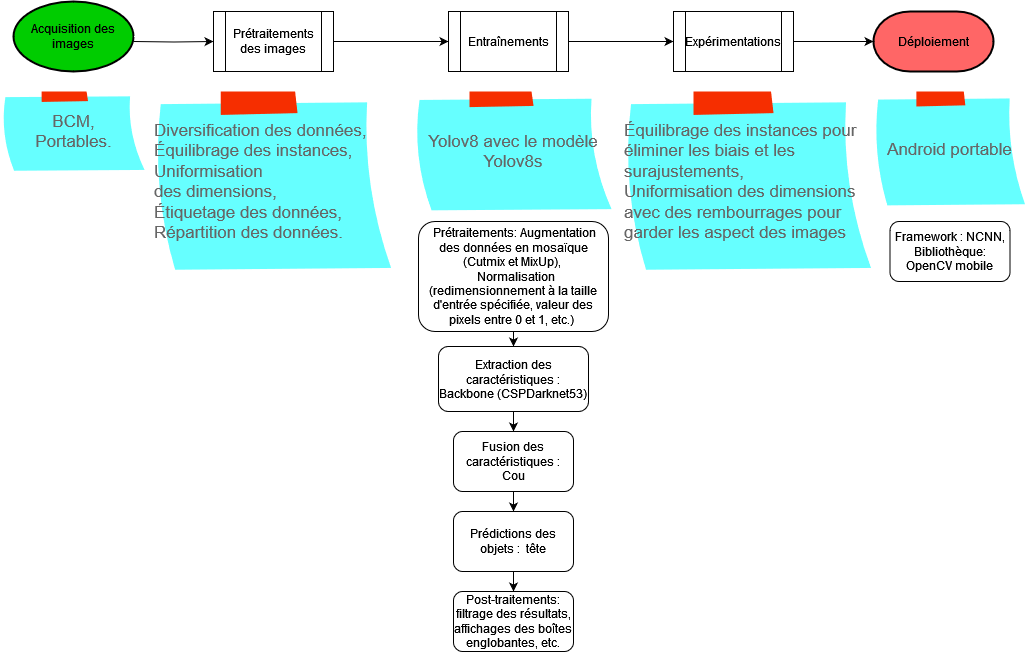
bihoux/Repertoire_vaovao keeps this draw.io diagram as Ariary_recognition.drawio.png. Above is the earlier version. Source tidied: cells renumbered, new cells last; positions are measured from the earlier drawing's top-left corner, leaving out a move shared by most shapes.
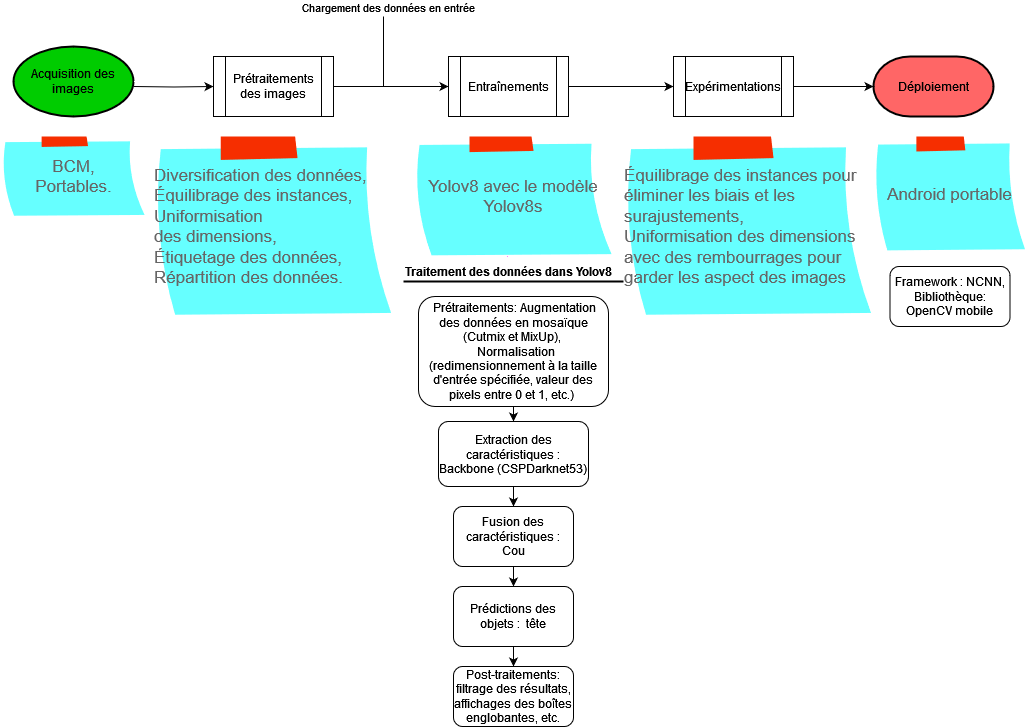
The same diagram one commit later.

Commit message:
M à j Ariary_recognition final.drawio.png

The edit, as a diff of the source:
```diff
@@ -2,6 +2,9 @@
   <root>
     <mxCell id="0" />
     <mxCell id="1" parent="0" />
+    <mxCell id="26" style="strokeColor=none;shadow=0;gradientColor=none;fontSize=11;align=left;spacing=10;fontColor=#;9E9E9E;verticalAlign=top;spacingTop=100;whiteSpace=wrap;html=1;" parent="1" vertex="1">
+      <mxGeometry x="402" y="210" width="220" height="470" as="geometry" />
+    </mxCell>
     <mxCell id="2" style="edgeStyle=orthogonalEdgeStyle;rounded=0;jettySize=auto;html=1;fillColor=#66FFFF;" parent="1" edge="1" target="4">
       <mxGeometry relative="1" as="geometry">
         <mxPoint x="132" y="40" as="sourcePoint" />
@@ -10,6 +13,11 @@
     <mxCell id="3" style="edgeStyle=orthogonalEdgeStyle;rounded=0;jettySize=auto;html=1;fillColor=#66FFFF;" parent="1" edge="1" source="4" target="6">
       <mxGeometry relative="1" as="geometry" />
     </mxCell>
+    <mxCell id="27" value="Chargement des données en entrée" style="edgeLabel;html=1;align=center;verticalAlign=middle;" parent="3" vertex="1">
+      <mxGeometry x="0.01" y="-4" relative="1" as="geometry">
+        <mxPoint x="-4" y="-84" as="offset" />
+      </mxGeometry>
+    </mxCell>
     <mxCell id="4" value="Prétraitements des images" style="shape=process;whiteSpace=wrap;html=1;backgroundOutline=1;fillColor=#FFFFFF;fontColor=#000000;" parent="1" vertex="1">
       <mxGeometry x="212" y="10" width="120" height="60" as="geometry" />
     </mxCell>
@@ -31,30 +39,30 @@
       <mxGeometry relative="1" as="geometry" />
     </mxCell>
     <mxCell id="10" value="&amp;nbsp;Prétraitements: Augmentation des données en mosaïque (Cutmix et MixUp),&amp;nbsp;&lt;div&gt;&amp;nbsp; Normalisation (redimensionnement à la taille d'entrée spécifiée, valeur des pixels entre 0 et 1, etc.)&amp;nbsp; &lt;/div&gt;" style="rounded=1;whiteSpace=wrap;html=1;" parent="1" vertex="1">
-      <mxGeometry x="417" y="220" width="190" height="110" as="geometry" />
+      <mxGeometry x="417" y="250" width="190" height="110" as="geometry" />
     </mxCell>
     <mxCell id="11" style="edgeStyle=orthogonalEdgeStyle;rounded=0;jettySize=auto;html=1;" parent="1" edge="1" source="12" target="14">
       <mxGeometry relative="1" as="geometry" />
     </mxCell>
     <mxCell id="12" value="Extraction des caractéristiques : Backbone (CSPDarknet53)" style="rounded=1;whiteSpace=wrap;html=1;" parent="1" vertex="1">
-      <mxGeometry x="437" y="345" width="150" height="65" as="geometry" />
+      <mxGeometry x="437" y="375" width="150" height="65" as="geometry" />
     </mxCell>
     <mxCell id="13" style="edgeStyle=orthogonalEdgeStyle;rounded=0;jettySize=auto;html=1;" parent="1" edge="1" source="14">
       <mxGeometry relative="1" as="geometry">
-        <mxPoint x="512" y="510" as="targetPoint" />
+        <mxPoint x="512" y="540" as="targetPoint" />
       </mxGeometry>
     </mxCell>
     <mxCell id="14" value="Fusion des caractéristiques : Cou" style="rounded=1;whiteSpace=wrap;html=1;" parent="1" vertex="1">
-      <mxGeometry x="452" y="430" width="120" height="60" as="geometry" />
+      <mxGeometry x="452" y="460" width="120" height="60" as="geometry" />
     </mxCell>
     <mxCell id="15" style="edgeStyle=orthogonalEdgeStyle;rounded=0;jettySize=auto;html=1;" parent="1" edge="1" source="16" target="17">
       <mxGeometry relative="1" as="geometry" />
     </mxCell>
     <mxCell id="16" value="Prédictions des objets :&amp;nbsp; tête" style="rounded=1;whiteSpace=wrap;html=1;" parent="1" vertex="1">
-      <mxGeometry x="452" y="510" width="120" height="60" as="geometry" />
+      <mxGeometry x="452" y="540" width="120" height="60" as="geometry" />
     </mxCell>
     <mxCell id="17" value="Post-traitements: filtrage des résultats, affichages des boîtes englobantes, etc." style="rounded=1;whiteSpace=wrap;html=1;" parent="1" vertex="1">
-      <mxGeometry x="452" y="590" width="120" height="60" as="geometry" />
+      <mxGeometry x="452" y="620" width="120" height="60" as="geometry" />
     </mxCell>
     <mxCell id="18" value="&lt;div&gt;Framework : NCNN,&lt;/div&gt;&lt;div&gt;Bibliothèque: OpenCV mobile&lt;br&gt;&lt;/div&gt;" style="rounded=1;whiteSpace=wrap;html=1;" parent="1" vertex="1">
       <mxGeometry x="888.5" y="220" width="120" height="60" as="geometry" />
@@ -80,5 +88,17 @@
     <mxCell id="25" value="Android portable" style="strokeWidth=1;shadow=0;dashed=0;align=center;html=1;shape=mxgraph.mockup.text.stickyNote2;fontColor=#666666;mainText=;fontSize=17;whiteSpace=wrap;fillColor=#66FFFF;strokeColor=#F62E00;" parent="1" vertex="1">
       <mxGeometry x="872" y="90" width="153" height="115" as="geometry" />
     </mxCell>
+    <mxCell id="28" style="endArrow=none;html=1;rounded=0;" parent="1" edge="1">
+      <mxGeometry relative="1" as="geometry">
+        <mxPoint x="382" y="-30" as="sourcePoint" />
+        <mxPoint x="382" y="40" as="targetPoint" />
+      </mxGeometry>
+    </mxCell>
+    <mxCell id="29" style="line;strokeWidth=2;html=1;" parent="1" vertex="1">
+      <mxGeometry x="402" y="230" width="220" height="10" as="geometry" />
+    </mxCell>
+    <mxCell id="30" value="&lt;b&gt;Traitement des données dans Yolov8&lt;/b&gt;" style="text;html=1;align=center;verticalAlign=middle;strokeColor=none;fillColor=none;" parent="1" vertex="1">
+      <mxGeometry x="392" y="210" width="230" height="30" as="geometry" />
+    </mxCell>
   </root>
 </mxGraphModel>
```
